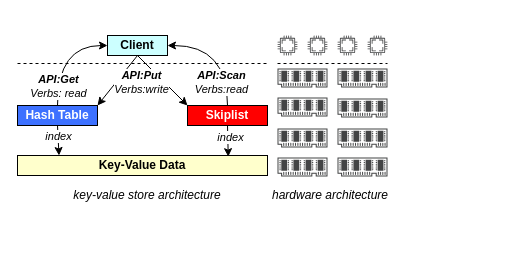
Before: naive_approach.drawio in KinderRiven/ClickHouse_draw, a draw.io diagram. Source tidied: cells renumbered, new cells numbered last; positions are measured from the earlier drawing's top-left corner, leaving out a move shared by most shapes. Both pictures are drawn from the tidied source at 100%, with x=0, y=0 at pixel (17, 35).
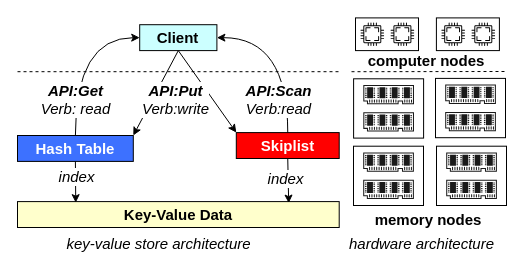
The same diagram, later.

Diff of the diagram source:
```diff
@@
+    <mxCell id="33" style="rounded=0;whiteSpace=wrap;html=1;fontSize=15;" parent="1" vertex="1">
+      <mxGeometry x="338" y="-17.6" width="63" height="32.7" as="geometry" />
+    </mxCell>
+    <mxCell id="6" value="&lt;font color=&quot;#ffffff&quot; style=&quot;font-size: 15px;&quot;&gt;&lt;b style=&quot;font-size: 15px;&quot;&gt;Hash Table&lt;/b&gt;&lt;/font&gt;" style="rounded=0;whiteSpace=wrap;html=1;fillColor=#3D71FF;fontSize=15;" parent="1" vertex="1">
+      <mxGeometry y="100" width="115.8" height="25.9" as="geometry" />
+    </mxCell>
+    <mxCell id="9" value="&lt;font color=&quot;#ffffff&quot; style=&quot;font-size: 15px;&quot;&gt;&lt;b style=&quot;font-size: 15px;&quot;&gt;Skiplist&lt;/b&gt;&lt;/font&gt;" style="rounded=0;whiteSpace=wrap;html=1;fillColor=#FF0000;fontSize=15;" parent="1" vertex="1">
+      <mxGeometry x="218.8" y="97.1" width="102.9" height="25.9" as="geometry" />
+    </mxCell>
+    <mxCell id="10" value="&lt;b style=&quot;font-size: 15px;&quot;&gt;Key-Value Data&lt;/b&gt;" style="rounded=0;whiteSpace=wrap;html=1;fillColor=#FFFFCC;fontSize=15;" parent="1" vertex="1">
+      <mxGeometry y="166.1" width="321.7" height="25.9" as="geometry" />
+    </mxCell>
+    <mxCell id="4" style="edgeStyle=none;rounded=0;jettySize=auto;html=1;exitX=0.5;exitY=1;exitDx=0;exitDy=0;entryX=0.181;entryY=0.04;entryDx=0;entryDy=0;entryPerimeter=0;fontSize=15;" parent="1" edge="1" source="6" target="10">
+      <mxGeometry relative="1" as="geometry" />
+    </mxCell>
+    <mxCell id="5" value="index" style="edgeLabel;html=1;align=center;verticalAlign=middle;fontStyle=2;labelBackgroundColor=#ffffff;fontSize=15;" parent="4" vertex="1">
+      <mxGeometry x="-0.28" relative="1" as="geometry" />
+    </mxCell>
+    <mxCell id="8" style="edgeStyle=none;rounded=0;jettySize=auto;html=1;exitX=0.5;exitY=1;exitDx=0;exitDy=0;entryX=0.843;entryY=0.058;entryDx=0;entryDy=0;entryPerimeter=0;fontSize=15;" parent="1" edge="1" source="9" target="10">
+      <mxGeometry relative="1" as="geometry" />
+    </mxCell>
+    <mxCell id="11" style="rounded=0;jettySize=auto;html=1;exitX=0.5;exitY=1;exitDx=0;exitDy=0;entryX=1;entryY=0;entryDx=0;entryDy=0;fontSize=15;" parent="1" edge="1" source="12" target="6">
+      <mxGeometry relative="1" as="geometry" />
+    </mxCell>
+    <mxCell id="12" value="&lt;b style=&quot;font-size: 15px;&quot;&gt;Client&lt;/b&gt;" style="rounded=0;whiteSpace=wrap;html=1;fillColor=#CCFFFF;fontSize=15;" parent="1" vertex="1">
+      <mxGeometry x="122.2" y="-10.8" width="77.2" height="25.9" as="geometry" />
+    </mxCell>
-    <mxCell id="2" style="edgeStyle=orthogonalEdgeStyle;rounded=0;jettySize=auto;html=1;exitX=0.5;exitY=0;exitDx=0;exitDy=0;entryX=0;entryY=0.5;entryDx=0;entryDy=0;curved=1;" parent="1" edge="1" source="6" target="12">
+    <mxCell id="2" style="edgeStyle=orthogonalEdgeStyle;rounded=0;jettySize=auto;html=1;exitX=0.5;exitY=0;exitDx=0;exitDy=0;entryX=0;entryY=0.5;entryDx=0;entryDy=0;curved=1;fontSize=15;" parent="1" edge="1" source="6" target="12">
       <mxGeometry relative="1" as="geometry" />
     </mxCell>
-    <mxCell id="3" value="&lt;b&gt;API:Get&lt;/b&gt;&lt;br /&gt;Verbs: read" style="edgeLabel;html=1;align=center;verticalAlign=middle;labelBackgroundColor=#ffffff;fontStyle=2;" parent="2" vertex="1">
+    <mxCell id="3" value="&lt;b style=&quot;font-size: 15px;&quot;&gt;API:Get&lt;/b&gt;&lt;br style=&quot;font-size: 15px;&quot;&gt;Verb: read" style="edgeLabel;html=1;align=center;verticalAlign=middle;labelBackgroundColor=#ffffff;fontStyle=2;fontSize=15;" parent="2" vertex="1">
       <mxGeometry x="-0.34" y="-6" relative="1" as="geometry">
         <mxPoint x="-6" y="16.2" as="offset" />
       </mxGeometry>
     </mxCell>
-    <mxCell id="4" style="edgeStyle=none;rounded=0;jettySize=auto;html=1;exitX=0.5;exitY=1;exitDx=0;exitDy=0;entryX=0.166;entryY=0;entryDx=0;entryDy=0;entryPerimeter=0;" parent="1" edge="1" source="6" target="10">
-      <mxGeometry relative="1" as="geometry" />
-    </mxCell>
-    <mxCell id="5" value="index" style="edgeLabel;html=1;align=center;verticalAlign=middle;fontStyle=2;labelBackgroundColor=#ffffff;" parent="4" vertex="1">
-      <mxGeometry x="-0.28" relative="1" as="geometry" />
-    </mxCell>
-    <mxCell id="6" value="&lt;font color=&quot;#ffffff&quot;&gt;&lt;b&gt;Hash Table&lt;/b&gt;&lt;/font&gt;" style="rounded=0;whiteSpace=wrap;html=1;fillColor=#3D71FF;" parent="1" vertex="1">
-      <mxGeometry y="70" width="80" height="20" as="geometry" />
-    </mxCell>
+    <mxCell id="13" value="index" style="edgeLabel;html=1;align=center;verticalAlign=middle;fontStyle=2;labelBackgroundColor=#ffffff;fontSize=15;" parent="1" vertex="1">
+      <mxGeometry x="115.8" y="146" as="geometry">
+        <mxPoint x="152" y="-4" as="offset" />
+      </mxGeometry>
+    </mxCell>
-    <mxCell id="7" style="edgeStyle=orthogonalEdgeStyle;curved=1;rounded=0;jettySize=auto;html=1;exitX=0.5;exitY=0;exitDx=0;exitDy=0;entryX=1;entryY=0.5;entryDx=0;entryDy=0;" parent="1" edge="1" source="9" target="12">
+    <mxCell id="7" style="edgeStyle=orthogonalEdgeStyle;curved=1;rounded=0;jettySize=auto;html=1;exitX=0.5;exitY=0;exitDx=0;exitDy=0;entryX=1;entryY=0.5;entryDx=0;entryDy=0;fontSize=15;" parent="1" edge="1" source="9" target="12">
       <mxGeometry relative="1" as="geometry" />
     </mxCell>
-    <mxCell id="8" style="edgeStyle=none;rounded=0;jettySize=auto;html=1;exitX=0.5;exitY=1;exitDx=0;exitDy=0;entryX=0.843;entryY=0.058;entryDx=0;entryDy=0;entryPerimeter=0;" parent="1" edge="1" source="9" target="10">
-      <mxGeometry relative="1" as="geometry" />
-    </mxCell>
-    <mxCell id="9" value="&lt;font color=&quot;#ffffff&quot;&gt;&lt;b&gt;Skiplist&lt;/b&gt;&lt;/font&gt;" style="rounded=0;whiteSpace=wrap;html=1;fillColor=#FF0000;" parent="1" vertex="1">
-      <mxGeometry x="170" y="70" width="80" height="20" as="geometry" />
-    </mxCell>
-    <mxCell id="10" value="&lt;b&gt;Key-Value Data&lt;/b&gt;" style="rounded=0;whiteSpace=wrap;html=1;fillColor=#FFFFCC;" parent="1" vertex="1">
-      <mxGeometry y="120" width="250" height="20" as="geometry" />
-    </mxCell>
-    <mxCell id="11" style="rounded=0;jettySize=auto;html=1;exitX=0.5;exitY=1;exitDx=0;exitDy=0;entryX=1;entryY=0;entryDx=0;entryDy=0;" parent="1" edge="1" source="12" target="6">
-      <mxGeometry relative="1" as="geometry" />
-    </mxCell>
-    <mxCell id="12" value="&lt;b&gt;Client&lt;/b&gt;" style="rounded=0;whiteSpace=wrap;html=1;fillColor=#CCFFFF;" parent="1" vertex="1">
-      <mxGeometry x="90" width="60" height="20" as="geometry" />
-    </mxCell>
-    <mxCell id="13" value="index" style="edgeLabel;html=1;align=center;verticalAlign=middle;fontStyle=2;labelBackgroundColor=#ffffff;" parent="1" vertex="1">
-      <mxGeometry x="60" y="105" as="geometry">
-        <mxPoint x="152" y="-4" as="offset" />
-      </mxGeometry>
-    </mxCell>
-    <mxCell id="14" style="rounded=0;jettySize=auto;html=1;exitX=0.5;exitY=1;exitDx=0;exitDy=0;entryX=0;entryY=0;entryDx=0;entryDy=0;" parent="1" edge="1" source="12" target="9">
+    <mxCell id="14" style="rounded=0;jettySize=auto;html=1;exitX=0.5;exitY=1;exitDx=0;exitDy=0;entryX=0;entryY=0;entryDx=0;entryDy=0;fontSize=15;" parent="1" edge="1" source="12" target="9">
       <mxGeometry relative="1" as="geometry" />
     </mxCell>
-    <mxCell id="15" value="&lt;b&gt;API:Put&lt;/b&gt;&lt;br&gt;Verbs:write" style="edgeLabel;html=1;align=center;verticalAlign=middle;labelBackgroundColor=#ffffff;fontStyle=2;" parent="1" vertex="1">
-      <mxGeometry x="120" y="60" as="geometry">
+    <mxCell id="15" value="&lt;b style=&quot;font-size: 15px;&quot;&gt;API:Put&lt;/b&gt;&lt;br style=&quot;font-size: 15px;&quot;&gt;Verb:write" style="edgeLabel;html=1;align=center;verticalAlign=middle;labelBackgroundColor=#ffffff;fontStyle=2;fontSize=15;" parent="1" vertex="1">
+      <mxGeometry x="154.4" y="77.6" as="geometry">
         <mxPoint x="3" y="-14" as="offset" />
       </mxGeometry>
     </mxCell>
-    <mxCell id="16" value="&lt;b&gt;API:Scan&lt;/b&gt;&lt;br /&gt;Verbs:read" style="edgeLabel;html=1;align=center;verticalAlign=middle;labelBackgroundColor=#ffffff;fontStyle=2;" parent="1" vertex="1">
-      <mxGeometry x="200" y="60" as="geometry">
+    <mxCell id="16" value="&lt;b style=&quot;font-size: 15px;&quot;&gt;API:Scan&lt;/b&gt;&lt;br style=&quot;font-size: 15px;&quot;&gt;Verb:read" style="edgeLabel;html=1;align=center;verticalAlign=middle;labelBackgroundColor=#ffffff;fontStyle=2;fontSize=15;" parent="1" vertex="1">
+      <mxGeometry x="257.4" y="77.6" as="geometry">
         <mxPoint x="3" y="-14" as="offset" />
       </mxGeometry>
     </mxCell>
-    <mxCell id="17" style="endArrow=none;html=1;rounded=0;dashed=1;" parent="1" edge="1">
+    <mxCell id="17" style="endArrow=none;html=1;rounded=0;dashed=1;fontSize=15;" parent="1" edge="1">
       <mxGeometry relative="1" as="geometry">
-        <mxPoint y="28" as="sourcePoint" />
-        <mxPoint x="250" y="28" as="targetPoint" />
+        <mxPoint y="36.2" as="sourcePoint" />
+        <mxPoint x="321.7" y="36.2" as="targetPoint" />
       </mxGeometry>
     </mxCell>
-    <mxCell id="18" style="endArrow=none;html=1;rounded=0;dashed=1;" parent="1" edge="1">
-      <mxGeometry relative="1" as="geometry">
-        <mxPoint x="260" y="28" as="sourcePoint" />
-        <mxPoint x="370" y="28" as="targetPoint" />
-      </mxGeometry>
-    </mxCell>
-    <mxCell id="19" style="sketch=0;shadow=0;dashed=0;html=1;strokeColor=none;fillColor=#434445;labelPosition=center;verticalLabelPosition=bottom;verticalAlign=top;align=center;shape=mxgraph.vvd.cpu;" parent="1" vertex="1">
-      <mxGeometry x="260" width="20" height="20" as="geometry" />
-    </mxCell>
-    <mxCell id="20" style="sketch=0;shadow=0;dashed=0;html=1;strokeColor=none;fillColor=#434445;labelPosition=center;verticalLabelPosition=bottom;verticalAlign=top;align=center;shape=mxgraph.vvd.cpu;" parent="1" vertex="1">
-      <mxGeometry x="290" width="20" height="20" as="geometry" />
+    <mxCell id="20" style="sketch=0;shadow=0;dashed=0;html=1;strokeColor=none;fillColor=#000000;labelPosition=center;verticalLabelPosition=bottom;verticalAlign=top;align=center;shape=mxgraph.vvd.cpu;fontSize=15;" parent="1" vertex="1">
+      <mxGeometry x="343" y="-13" width="23.6" height="23.6" as="geometry" />
     </mxCell>
-    <mxCell id="21" style="sketch=0;shadow=0;dashed=0;html=1;strokeColor=none;fillColor=#434445;labelPosition=center;verticalLabelPosition=bottom;verticalAlign=top;align=center;shape=mxgraph.vvd.cpu;" parent="1" vertex="1">
-      <mxGeometry x="320" width="20" height="20" as="geometry" />
-    </mxCell>
-    <mxCell id="22" style="sketch=0;shadow=0;dashed=0;html=1;strokeColor=none;fillColor=#434445;labelPosition=center;verticalLabelPosition=bottom;verticalAlign=top;align=center;shape=mxgraph.vvd.cpu;" parent="1" vertex="1">
-      <mxGeometry x="350" width="20" height="20" as="geometry" />
-    </mxCell>
-    <mxCell id="23" style="sketch=0;shadow=0;dashed=0;html=1;strokeColor=none;fillColor=#434445;labelPosition=center;verticalLabelPosition=bottom;verticalAlign=top;align=center;shape=mxgraph.vvd.memory;" parent="1" vertex="1">
-      <mxGeometry x="260" y="33" width="50" height="19" as="geometry" />
-    </mxCell>
-    <mxCell id="24" style="sketch=0;shadow=0;dashed=0;html=1;strokeColor=none;fillColor=#434445;labelPosition=center;verticalLabelPosition=bottom;verticalAlign=top;align=center;shape=mxgraph.vvd.memory;" parent="1" vertex="1">
-      <mxGeometry x="260" y="62" width="50" height="19" as="geometry" />
-    </mxCell>
-    <mxCell id="25" style="sketch=0;shadow=0;dashed=0;html=1;strokeColor=none;fillColor=#434445;labelPosition=center;verticalLabelPosition=bottom;verticalAlign=top;align=center;shape=mxgraph.vvd.memory;" parent="1" vertex="1">
-      <mxGeometry x="260" y="93" width="50" height="19" as="geometry" />
-    </mxCell>
-    <mxCell id="26" style="sketch=0;shadow=0;dashed=0;html=1;strokeColor=none;fillColor=#434445;labelPosition=center;verticalLabelPosition=bottom;verticalAlign=top;align=center;shape=mxgraph.vvd.memory;" parent="1" vertex="1">
-      <mxGeometry x="320" y="33" width="50" height="19" as="geometry" />
-    </mxCell>
-    <mxCell id="27" style="sketch=0;shadow=0;dashed=0;html=1;strokeColor=none;fillColor=#434445;labelPosition=center;verticalLabelPosition=bottom;verticalAlign=top;align=center;shape=mxgraph.vvd.memory;" parent="1" vertex="1">
-      <mxGeometry x="320" y="63" width="50" height="19" as="geometry" />
-    </mxCell>
-    <mxCell id="28" style="sketch=0;shadow=0;dashed=0;html=1;strokeColor=none;fillColor=#434445;labelPosition=center;verticalLabelPosition=bottom;verticalAlign=top;align=center;shape=mxgraph.vvd.memory;" parent="1" vertex="1">
-      <mxGeometry x="320" y="93" width="50" height="19" as="geometry" />
-    </mxCell>
-    <mxCell id="29" style="sketch=0;shadow=0;dashed=0;html=1;strokeColor=none;fillColor=#434445;labelPosition=center;verticalLabelPosition=bottom;verticalAlign=top;align=center;shape=mxgraph.vvd.memory;" parent="1" vertex="1">
-      <mxGeometry x="260" y="122" width="50" height="19" as="geometry" />
-    </mxCell>
-    <mxCell id="30" style="sketch=0;shadow=0;dashed=0;html=1;strokeColor=none;fillColor=#434445;labelPosition=center;verticalLabelPosition=bottom;verticalAlign=top;align=center;shape=mxgraph.vvd.memory;" parent="1" vertex="1">
-      <mxGeometry x="320" y="122" width="50" height="19" as="geometry" />
-    </mxCell>
-    <mxCell id="31" value="&lt;i&gt;key-value store architecture&lt;/i&gt;" style="text;html=1;strokeColor=none;fillColor=none;align=center;verticalAlign=middle;whiteSpace=wrap;rounded=0;" parent="1" vertex="1">
-      <mxGeometry x="40" y="150" width="180" height="20" as="geometry" />
+    <mxCell id="31" value="&lt;i style=&quot;font-size: 15px;&quot;&gt;key-value store architecture&lt;/i&gt;" style="text;html=1;strokeColor=none;fillColor=none;align=center;verticalAlign=middle;whiteSpace=wrap;rounded=0;fontSize=15;" parent="1" vertex="1">
+      <mxGeometry y="195" width="283.1" height="25.9" as="geometry" />
     </mxCell>
-    <mxCell id="32" value="&lt;i&gt;hardware architecture&lt;/i&gt;" style="text;html=1;strokeColor=none;fillColor=none;align=center;verticalAlign=middle;whiteSpace=wrap;rounded=0;" parent="1" vertex="1">
-      <mxGeometry x="253" y="150" width="120" height="20" as="geometry" />
+    <mxCell id="32" value="&lt;b&gt;memory nodes&lt;/b&gt;" style="text;html=1;strokeColor=none;fillColor=none;align=center;verticalAlign=middle;whiteSpace=wrap;rounded=0;fontSize=15;" parent="1" vertex="1">
+      <mxGeometry x="334" y="172" width="154.4" height="23" as="geometry" />
     </mxCell>
+    <mxCell id="34" style="sketch=0;shadow=0;dashed=0;html=1;strokeColor=none;fillColor=#000000;labelPosition=center;verticalLabelPosition=bottom;verticalAlign=top;align=center;shape=mxgraph.vvd.cpu;fontSize=15;" parent="1" vertex="1">
+      <mxGeometry x="373.1" y="-13" width="23.6" height="23.6" as="geometry" />
+    </mxCell>
+    <mxCell id="35" style="rounded=0;whiteSpace=wrap;html=1;fontSize=15;" parent="1" vertex="1">
+      <mxGeometry x="418.9" y="-17.6" width="63" height="32.7" as="geometry" />
+    </mxCell>
+    <mxCell id="36" style="sketch=0;shadow=0;dashed=0;html=1;strokeColor=none;fillColor=#000000;labelPosition=center;verticalLabelPosition=bottom;verticalAlign=top;align=center;shape=mxgraph.vvd.cpu;fontSize=15;" parent="1" vertex="1">
+      <mxGeometry x="423.9" y="-13" width="23.6" height="23.6" as="geometry" />
+    </mxCell>
+    <mxCell id="37" style="sketch=0;shadow=0;dashed=0;html=1;strokeColor=none;fillColor=#000000;labelPosition=center;verticalLabelPosition=bottom;verticalAlign=top;align=center;shape=mxgraph.vvd.cpu;fontSize=15;" parent="1" vertex="1">
+      <mxGeometry x="454" y="-13" width="23.6" height="23.6" as="geometry" />
+    </mxCell>
+    <mxCell id="38" value="&lt;b&gt;computer nodes&lt;/b&gt;" style="text;html=1;strokeColor=none;fillColor=none;align=center;verticalAlign=middle;whiteSpace=wrap;rounded=0;fontSize=15;" parent="1" vertex="1">
+      <mxGeometry x="338" y="17" width="142" height="16" as="geometry" />
+    </mxCell>
+    <mxCell id="39" style="group;" parent="1" vertex="1">
+      <mxGeometry x="334" y="36" width="155" height="134" as="geometry" />
+    </mxCell>
+    <mxCell id="18" style="endArrow=none;html=1;rounded=0;dashed=1;fontSize=15;" parent="39" edge="1">
+      <mxGeometry relative="1" as="geometry">
+        <mxPoint y="0.2" as="sourcePoint" />
+        <mxPoint x="153.9" as="targetPoint" />
+      </mxGeometry>
+    </mxCell>
+    <mxCell id="40" style="group;" parent="39" vertex="1">
+      <mxGeometry x="2.1" y="7.3" width="70" height="59.3" as="geometry" />
+    </mxCell>
+    <mxCell id="41" style="rounded=0;whiteSpace=wrap;html=1;fontSize=15;" parent="40" vertex="1">
+      <mxGeometry width="70" height="59.3" as="geometry" />
+    </mxCell>
+    <mxCell id="24" style="sketch=0;shadow=0;dashed=0;html=1;strokeColor=none;fillColor=#1A1A1A;labelPosition=center;verticalLabelPosition=bottom;verticalAlign=top;align=center;shape=mxgraph.vvd.memory;fontSize=15;" parent="40" vertex="1">
+      <mxGeometry x="9.7" y="6.2" width="50.7" height="19.3" as="geometry" />
+    </mxCell>
+    <mxCell id="42" style="sketch=0;shadow=0;dashed=0;html=1;strokeColor=none;fillColor=#1A1A1A;labelPosition=center;verticalLabelPosition=bottom;verticalAlign=top;align=center;shape=mxgraph.vvd.memory;fontSize=15;" parent="40" vertex="1">
+      <mxGeometry x="9.7" y="33.5" width="50.7" height="19.3" as="geometry" />
+    </mxCell>
+    <mxCell id="43" style="group;" parent="39" vertex="1">
+      <mxGeometry x="84" y="6.9" width="70" height="59.3" as="geometry" />
+    </mxCell>
+    <mxCell id="44" style="rounded=0;whiteSpace=wrap;html=1;fontSize=15;" parent="43" vertex="1">
+      <mxGeometry width="70" height="59.3" as="geometry" />
+    </mxCell>
+    <mxCell id="45" style="sketch=0;shadow=0;dashed=0;html=1;strokeColor=none;fillColor=#1A1A1A;labelPosition=center;verticalLabelPosition=bottom;verticalAlign=top;align=center;shape=mxgraph.vvd.memory;fontSize=15;" parent="43" vertex="1">
+      <mxGeometry x="9.7" y="6.2" width="50.7" height="19.3" as="geometry" />
+    </mxCell>
+    <mxCell id="46" style="sketch=0;shadow=0;dashed=0;html=1;strokeColor=none;fillColor=#1A1A1A;labelPosition=center;verticalLabelPosition=bottom;verticalAlign=top;align=center;shape=mxgraph.vvd.memory;fontSize=15;" parent="43" vertex="1">
+      <mxGeometry x="9.7" y="33.5" width="50.7" height="19.3" as="geometry" />
+    </mxCell>
+    <mxCell id="47" style="group;" parent="39" vertex="1">
+      <mxGeometry x="2" y="74.7" width="70" height="59.3" as="geometry" />
+    </mxCell>
+    <mxCell id="48" style="rounded=0;whiteSpace=wrap;html=1;fontSize=15;" parent="47" vertex="1">
+      <mxGeometry width="70" height="59.3" as="geometry" />
+    </mxCell>
+    <mxCell id="49" style="sketch=0;shadow=0;dashed=0;html=1;strokeColor=none;fillColor=#1A1A1A;labelPosition=center;verticalLabelPosition=bottom;verticalAlign=top;align=center;shape=mxgraph.vvd.memory;fontSize=15;" parent="47" vertex="1">
+      <mxGeometry x="9.7" y="6.2" width="50.7" height="19.3" as="geometry" />
+    </mxCell>
+    <mxCell id="50" style="sketch=0;shadow=0;dashed=0;html=1;strokeColor=none;fillColor=#1A1A1A;labelPosition=center;verticalLabelPosition=bottom;verticalAlign=top;align=center;shape=mxgraph.vvd.memory;fontSize=15;" parent="47" vertex="1">
+      <mxGeometry x="9.7" y="33.5" width="50.7" height="19.3" as="geometry" />
+    </mxCell>
+    <mxCell id="51" style="group;" parent="39" vertex="1">
+      <mxGeometry x="85" y="74.7" width="70" height="59.3" as="geometry" />
+    </mxCell>
+    <mxCell id="52" style="rounded=0;whiteSpace=wrap;html=1;fontSize=15;" parent="51" vertex="1">
+      <mxGeometry width="70" height="59.3" as="geometry" />
+    </mxCell>
+    <mxCell id="53" style="sketch=0;shadow=0;dashed=0;html=1;strokeColor=none;fillColor=#1A1A1A;labelPosition=center;verticalLabelPosition=bottom;verticalAlign=top;align=center;shape=mxgraph.vvd.memory;fontSize=15;" parent="51" vertex="1">
+      <mxGeometry x="9.7" y="6.2" width="50.7" height="19.3" as="geometry" />
+    </mxCell>
+    <mxCell id="54" style="sketch=0;shadow=0;dashed=0;html=1;strokeColor=none;fillColor=#1A1A1A;labelPosition=center;verticalLabelPosition=bottom;verticalAlign=top;align=center;shape=mxgraph.vvd.memory;fontSize=15;" parent="51" vertex="1">
+      <mxGeometry x="9.7" y="33.5" width="50.7" height="19.3" as="geometry" />
+    </mxCell>
+    <mxCell id="55" value="&lt;i&gt;hardware architecture&lt;/i&gt;" style="text;html=1;strokeColor=none;fillColor=none;align=center;verticalAlign=middle;whiteSpace=wrap;rounded=0;fontSize=15;" parent="1" vertex="1">
+      <mxGeometry x="320" y="195" width="169" height="25.9" as="geometry" />
+    </mxCell>
```
